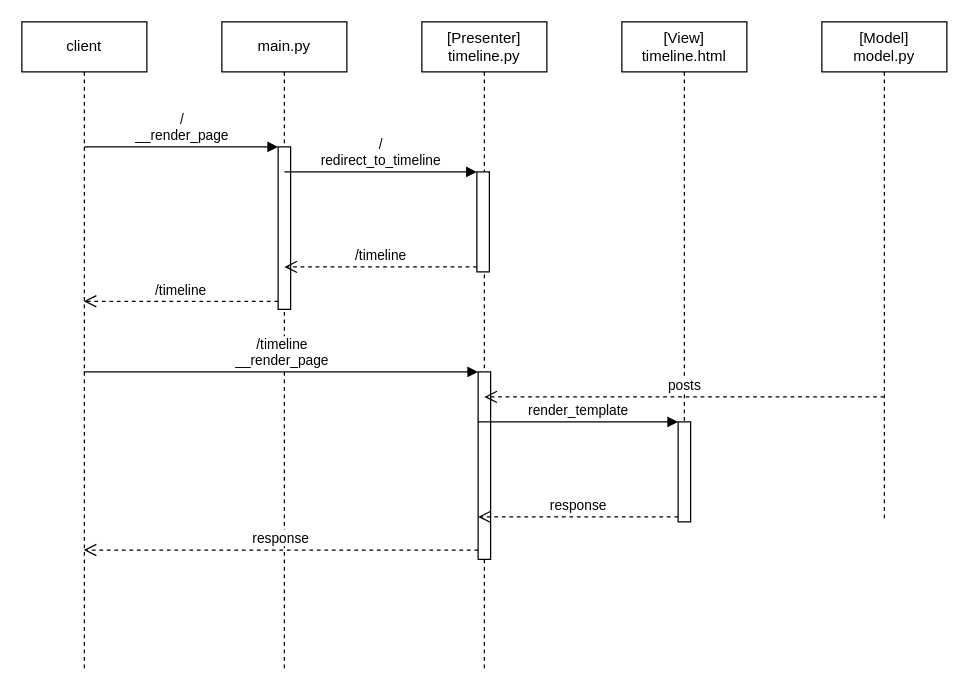
The draw.io diagram page "初期値URLからタイムライン画面の表示まで" (1 of 2) of Untitled Diagram.drawio in Mya-Mya/NoticeBoardOnFlaskMVP, before the edit. Source tidied: cells renumbered, new cells numbered last; positions are measured from the earlier drawing's top-left corner, leaving out a move shared by most shapes. Both pictures are drawn from the tidied source at 125%, with x=0, y=0 at pixel (21, 21).
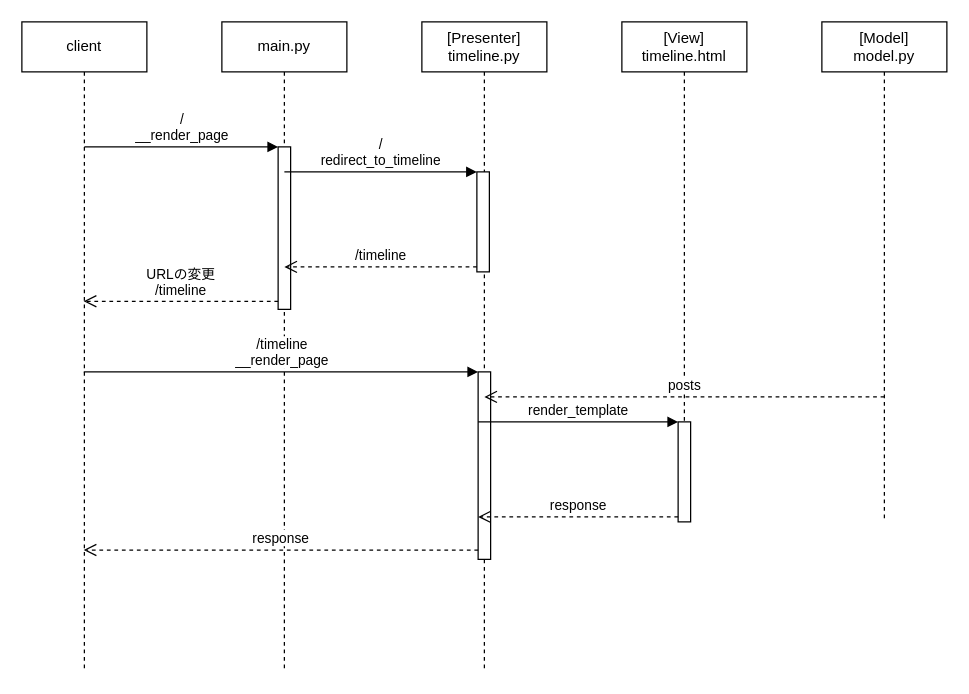
Above is the later version.

The change refers to these unchanged cells:
```xml
<mxCell id="2" value="client" style="shape=umlLifeline;perimeter=lifelinePerimeter;whiteSpace=wrap;html=1;outlineConnect=0;" parent="1" vertex="1">
  <mxGeometry width="100" height="520" as="geometry" />
</mxCell>
<mxCell id="8" style="html=1;points=[];perimeter=orthogonalPerimeter;" parent="1" vertex="1">
  <mxGeometry x="205" y="100" width="10" height="130" as="geometry" />
</mxCell>
```

Diff of the diagram source:
```diff
@@
-    <mxCell id="10" value="/timeline" style="html=1;verticalAlign=bottom;endArrow=open;dashed=1;endSize=8;exitX=0;exitY=0.95;" parent="1" edge="1" source="8" target="2">
+    <mxCell id="10" value="URLの変更&lt;br&gt;/timeline" style="html=1;verticalAlign=bottom;endArrow=open;dashed=1;endSize=8;exitX=0;exitY=0.95;" parent="1" edge="1" source="8" target="2">
       <mxGeometry relative="1" as="geometry" />
     </mxCell>
```
